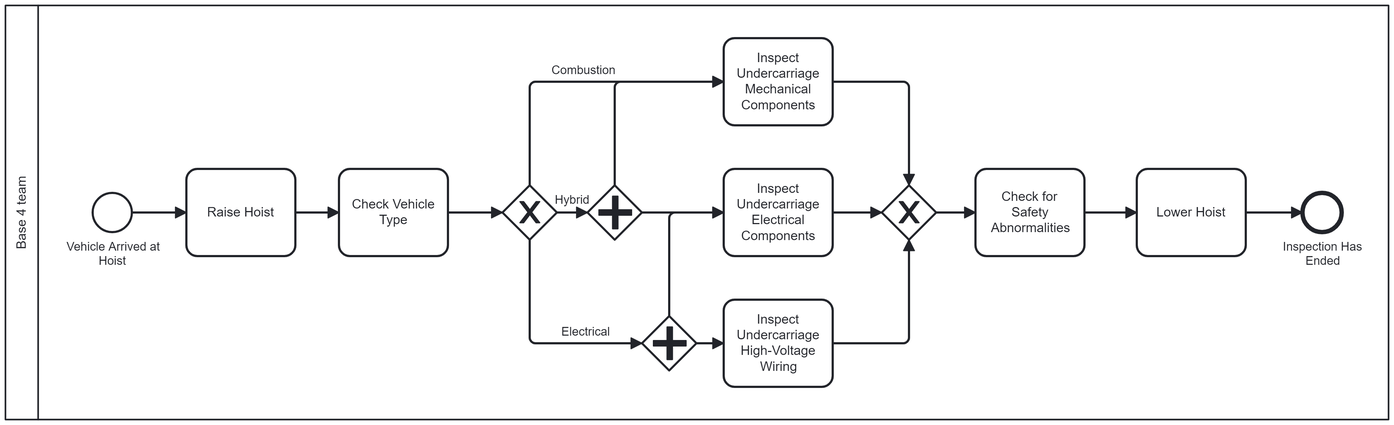
The BPMN diagram process_modeling/as_is_processes/sub_process_4/subprocesso_4.png in franciscoAbreuTecnico/Business-Process-Engineering-and-Technology, before a commit. Its source is kept beside it as process_modeling/as_is_processes/sub_process_4/subprocesso_4.bpmn. Ids are renumbered.
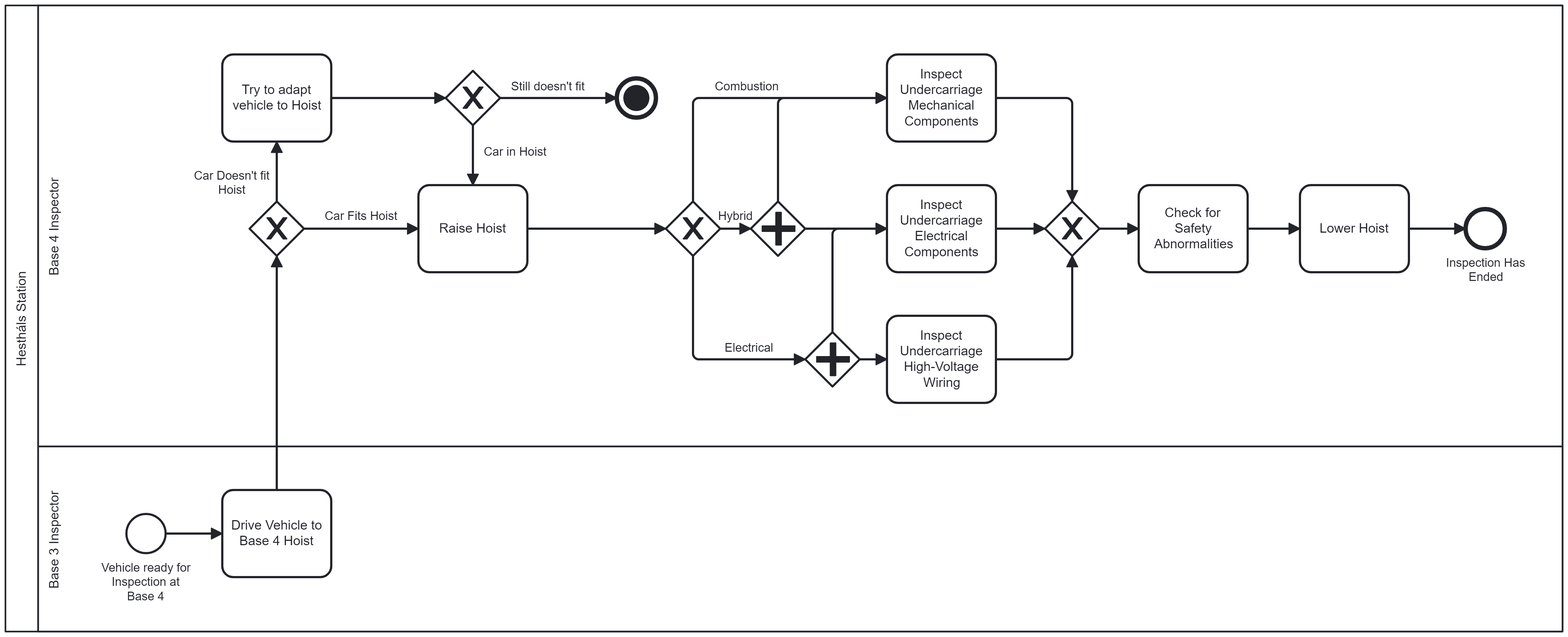
The same diagram one commit later.

Change to the diagram source:
```diff
@@ -1,16 +1,61 @@
 <bpmn:definitions xmlns:bpmn="http://www.omg.org/spec/BPMN/20100524/MODEL" xmlns:bpmndi="http://www.omg.org/spec/BPMN/20100524/DI" xmlns:dc="http://www.omg.org/spec/DD/20100524/DC" xmlns:di="http://www.omg.org/spec/DD/20100524/DI" xmlns:modeler="http://camunda.org/schema/modeler/1.0" id="Definitions_n1" targetNamespace="http://bpmn.io/schema/bpmn" exporter="Camunda Modeler" exporterVersion="5.22.0" modeler:executionPlatform="Camunda Cloud" modeler:executionPlatformVersion="8.5.0">
   <bpmn:collaboration id="Collaboration_n2">
-    <bpmn:participant id="Participant_n3" name="Base 4 team" processRef="Process_n4" />
+    <bpmn:participant id="Participant_n3" name="Hestháls Station" processRef="Process_n4" />
   </bpmn:collaboration>
   <bpmn:process id="Process_n4" isExecutable="true">
-    <bpmn:laneSet id="LaneSet_n5" />
-    <bpmn:startEvent id="StartEvent_1" name="Vehicle Arrived at Hoist">
-      <bpmn:outgoing>Flow_n6</bpmn:outgoing>
-    </bpmn:startEvent>
+    <bpmn:laneSet id="LaneSet_n5">
+      <bpmn:lane id="Lane_n34" name="Base 4 Inspector">
+        <bpmn:flowNodeRef>Gateway_n35</bpmn:flowNodeRef>
+        <bpmn:flowNodeRef>Activity_n36</bpmn:flowNodeRef>
+        <bpmn:flowNodeRef>Activity_n7</bpmn:flowNodeRef>
+        <bpmn:flowNodeRef>Gateway_n37</bpmn:flowNodeRef>
+        <bpmn:flowNodeRef>Event_n38</bpmn:flowNodeRef>
+        <bpmn:flowNodeRef>Activity_n9</bpmn:flowNodeRef>
+        <bpmn:flowNodeRef>Activity_n13</bpmn:flowNodeRef>
+        <bpmn:flowNodeRef>Activity_n17</bpmn:flowNodeRef>
+        <bpmn:flowNodeRef>Gateway_n22</bpmn:flowNodeRef>
+        <bpmn:flowNodeRef>Gateway_n25</bpmn:flowNodeRef>
+        <bpmn:flowNodeRef>Gateway_n26</bpmn:flowNodeRef>
+        <bpmn:flowNodeRef>Gateway_n27</bpmn:flowNodeRef>
+        <bpmn:flowNodeRef>Activity_n29</bpmn:flowNodeRef>
+        <bpmn:flowNodeRef>Activity_n31</bpmn:flowNodeRef>
+        <bpmn:flowNodeRef>Event_n33</bpmn:flowNodeRef>
+      </bpmn:lane>
+      <bpmn:lane id="Lane_n39" name="Base 3 Inspector">
+        <bpmn:flowNodeRef>Event_n40</bpmn:flowNodeRef>
+        <bpmn:flowNodeRef>Activity_n41</bpmn:flowNodeRef>
+      </bpmn:lane>
+    </bpmn:laneSet>
+    <bpmn:sequenceFlow id="Flow_n42" sourceRef="Activity_n41" targetRef="Gateway_n35" />
+    <bpmn:sequenceFlow id="Flow_n8" sourceRef="Activity_n7" targetRef="Gateway_n22" />
+    <bpmn:sequenceFlow id="Flow_n43" name="Car Fits Hoist" sourceRef="Gateway_n35" targetRef="Activity_n7" />
+    <bpmn:exclusiveGateway id="Gateway_n35">
+      <bpmn:incoming>Flow_n42</bpmn:incoming>
+      <bpmn:outgoing>Flow_n43</bpmn:outgoing>
+      <bpmn:outgoing>Flow_n44</bpmn:outgoing>
+    </bpmn:exclusiveGateway>
+    <bpmn:task id="Activity_n36" name="Try to adapt vehicle to Hoist">
+      <bpmn:incoming>Flow_n44</bpmn:incoming>
+      <bpmn:outgoing>Flow_n45</bpmn:outgoing>
+    </bpmn:task>
+    <bpmn:sequenceFlow id="Flow_n44" name="Car Doesn&#39;t fit Hoist" sourceRef="Gateway_n35" targetRef="Activity_n36" />
     <bpmn:task id="Activity_n7" name="Raise Hoist">
-      <bpmn:incoming>Flow_n6</bpmn:incoming>
+      <bpmn:incoming>Flow_n43</bpmn:incoming>
+      <bpmn:incoming>Flow_n46</bpmn:incoming>
       <bpmn:outgoing>Flow_n8</bpmn:outgoing>
     </bpmn:task>
+    <bpmn:exclusiveGateway id="Gateway_n37">
+      <bpmn:incoming>Flow_n45</bpmn:incoming>
+      <bpmn:outgoing>Flow_n46</bpmn:outgoing>
+      <bpmn:outgoing>Flow_n47</bpmn:outgoing>
+    </bpmn:exclusiveGateway>
+    <bpmn:sequenceFlow id="Flow_n45" sourceRef="Activity_n36" targetRef="Gateway_n37" />
+    <bpmn:sequenceFlow id="Flow_n46" name="Car in Hoist" sourceRef="Gateway_n37" targetRef="Activity_n7" />
+    <bpmn:sequenceFlow id="Flow_n47" name="Still doesn&#39;t fit" sourceRef="Gateway_n37" targetRef="Event_n38" />
+    <bpmn:endEvent id="Event_n38">
+      <bpmn:incoming>Flow_n47</bpmn:incoming>
+      <bpmn:terminateEventDefinition id="TerminateEventDefinition_n48" />
+    </bpmn:endEvent>
     <bpmn:task id="Activity_n9" name="Inspect Undercarriage Mechanical Components">
       <bpmn:incoming>Flow_n10</bpmn:incoming>
       <bpmn:incoming>Flow_n11</bpmn:incoming>
@@ -25,12 +70,8 @@
       <bpmn:incoming>Flow_n18</bpmn:incoming>
       <bpmn:outgoing>Flow_n19</bpmn:outgoing>
     </bpmn:task>
-    <bpmn:task id="Activity_n20" name="Check Vehicle Type">
+    <bpmn:exclusiveGateway id="Gateway_n22">
       <bpmn:incoming>Flow_n8</bpmn:incoming>
-      <bpmn:outgoing>Flow_n21</bpmn:outgoing>
-    </bpmn:task>
-    <bpmn:exclusiveGateway id="Gateway_n22">
-      <bpmn:incoming>Flow_n21</bpmn:incoming>
       <bpmn:outgoing>Flow_n23</bpmn:outgoing>
       <bpmn:outgoing>Flow_n11</bpmn:outgoing>
       <bpmn:outgoing>Flow_n24</bpmn:outgoing>
@@ -45,20 +86,6 @@
       <bpmn:outgoing>Flow_n10</bpmn:outgoing>
       <bpmn:outgoing>Flow_n14</bpmn:outgoing>
     </bpmn:parallelGateway>
-    <bpmn:sequenceFlow id="Flow_n6" sourceRef="StartEvent_1" targetRef="Activity_n7" />
-    <bpmn:sequenceFlow id="Flow_n8" sourceRef="Activity_n7" targetRef="Activity_n20" />
-    <bpmn:sequenceFlow id="Flow_n10" sourceRef="Gateway_n26" targetRef="Activity_n9" />
-    <bpmn:sequenceFlow id="Flow_n11" name="Combustion" sourceRef="Gateway_n22" targetRef="Activity_n9" />
-    <bpmn:sequenceFlow id="Flow_n14" sourceRef="Gateway_n26" targetRef="Activity_n13" />
-    <bpmn:sequenceFlow id="Flow_n15" sourceRef="Gateway_n25" targetRef="Activity_n13" />
-    <bpmn:sequenceFlow id="Flow_n18" sourceRef="Gateway_n25" targetRef="Activity_n17" />
-    <bpmn:sequenceFlow id="Flow_n21" sourceRef="Activity_n20" targetRef="Gateway_n22" />
-    <bpmn:sequenceFlow id="Flow_n23" name="Hybrid" sourceRef="Gateway_n22" targetRef="Gateway_n26" />
-    <bpmn:sequenceFlow id="Flow_n24" name="Electrical" sourceRef="Gateway_n22" targetRef="Gateway_n25" />
-    <bpmn:sequenceFlow id="Flow_n16" sourceRef="Activity_n13" targetRef="Gateway_n27" />
-    <bpmn:sequenceFlow id="Flow_n19" sourceRef="Activity_n17" targetRef="Gateway_n27" />
-    <bpmn:sequenceFlow id="Flow_n12" sourceRef="Activity_n9" targetRef="Gateway_n27" />
-    <bpmn:sequenceFlow id="Flow_n28" sourceRef="Gateway_n27" targetRef="Activity_n29" />
     <bpmn:exclusiveGateway id="Gateway_n27">
       <bpmn:incoming>Flow_n16</bpmn:incoming>
       <bpmn:incoming>Flow_n19</bpmn:incoming>
@@ -69,7 +96,6 @@
       <bpmn:incoming>Flow_n28</bpmn:incoming>
       <bpmn:outgoing>Flow_n30</bpmn:outgoing>
     </bpmn:task>
-    <bpmn:sequenceFlow id="Flow_n30" sourceRef="Activity_n29" targetRef="Activity_n31" />
     <bpmn:task id="Activity_n31" name="Lower Hoist">
       <bpmn:incoming>Flow_n30</bpmn:incoming>
       <bpmn:outgoing>Flow_n32</bpmn:outgoing>
@@ -77,144 +103,217 @@
     <bpmn:endEvent id="Event_n33" name="Inspection Has Ended">
       <bpmn:incoming>Flow_n32</bpmn:incoming>
     </bpmn:endEvent>
+    <bpmn:sequenceFlow id="Flow_n10" sourceRef="Gateway_n26" targetRef="Activity_n9" />
+    <bpmn:sequenceFlow id="Flow_n11" name="Combustion" sourceRef="Gateway_n22" targetRef="Activity_n9" />
+    <bpmn:sequenceFlow id="Flow_n12" sourceRef="Activity_n9" targetRef="Gateway_n27" />
+    <bpmn:sequenceFlow id="Flow_n14" sourceRef="Gateway_n26" targetRef="Activity_n13" />
+    <bpmn:sequenceFlow id="Flow_n15" sourceRef="Gateway_n25" targetRef="Activity_n13" />
+    <bpmn:sequenceFlow id="Flow_n16" sourceRef="Activity_n13" targetRef="Gateway_n27" />
+    <bpmn:sequenceFlow id="Flow_n18" sourceRef="Gateway_n25" targetRef="Activity_n17" />
+    <bpmn:sequenceFlow id="Flow_n19" sourceRef="Activity_n17" targetRef="Gateway_n27" />
+    <bpmn:sequenceFlow id="Flow_n23" name="Hybrid" sourceRef="Gateway_n22" targetRef="Gateway_n26" />
+    <bpmn:sequenceFlow id="Flow_n24" name="Electrical" sourceRef="Gateway_n22" targetRef="Gateway_n25" />
+    <bpmn:sequenceFlow id="Flow_n28" sourceRef="Gateway_n27" targetRef="Activity_n29" />
+    <bpmn:sequenceFlow id="Flow_n30" sourceRef="Activity_n29" targetRef="Activity_n31" />
     <bpmn:sequenceFlow id="Flow_n32" sourceRef="Activity_n31" targetRef="Event_n33" />
+    <bpmn:startEvent id="Event_n40" name="Vehicle ready for Inspection at Base 4">
+      <bpmn:outgoing>Flow_n49</bpmn:outgoing>
+    </bpmn:startEvent>
+    <bpmn:task id="Activity_n41" name="Drive Vehicle to Base 4 Hoist">
+      <bpmn:incoming>Flow_n49</bpmn:incoming>
+      <bpmn:outgoing>Flow_n42</bpmn:outgoing>
+    </bpmn:task>
+    <bpmn:sequenceFlow id="Flow_n49" sourceRef="Event_n40" targetRef="Activity_n41" />
   </bpmn:process>
   <bpmndi:BPMNDiagram id="BPMNDiagram_1">
     <bpmndi:BPMNPlane id="BPMNPlane_1" bpmnElement="Collaboration_n2">
       <bpmndi:BPMNShape id="Participant_n3_di" bpmnElement="Participant_n3" isHorizontal="true">
-        <dc:Bounds x="131" y="70" width="1269" height="380" />
+        <dc:Bounds x="131" y="95" width="1429" height="585" />
         <bpmndi:BPMNLabel />
       </bpmndi:BPMNShape>
-      <bpmndi:BPMNShape id="_BPMNShape_StartEvent_2" bpmnElement="StartEvent_1">
-        <dc:Bounds x="211" y="242" width="36" height="36" />
-        <bpmndi:BPMNLabel>
-          <dc:Bounds x="187" y="285" width="85" height="27" />
-        </bpmndi:BPMNLabel>
+      <bpmndi:BPMNShape id="Lane_n34_di" bpmnElement="Lane_n34" isHorizontal="true">
+        <dc:Bounds x="161" y="95" width="1399" height="405" />
+        <bpmndi:BPMNLabel />
+      </bpmndi:BPMNShape>
+      <bpmndi:BPMNShape id="Lane_n39_di" bpmnElement="Lane_n39" isHorizontal="true">
+        <dc:Bounds x="161" y="500" width="1399" height="180" />
+        <bpmndi:BPMNLabel />
+      </bpmndi:BPMNShape>
+      <bpmndi:BPMNShape id="Gateway_n35_di" bpmnElement="Gateway_n35" isMarkerVisible="true">
+        <dc:Bounds x="355" y="275" width="50" height="50" />
+      </bpmndi:BPMNShape>
+      <bpmndi:BPMNShape id="Activity_n36_di" bpmnElement="Activity_n36">
+        <dc:Bounds x="330" y="140" width="100" height="80" />
+        <bpmndi:BPMNLabel />
       </bpmndi:BPMNShape>
       <bpmndi:BPMNShape id="Activity_n7_di" bpmnElement="Activity_n7">
-        <dc:Bounds x="297" y="220" width="100" height="80" />
+        <dc:Bounds x="510" y="260" width="100" height="80" />
         <bpmndi:BPMNLabel />
       </bpmndi:BPMNShape>
+      <bpmndi:BPMNShape id="Gateway_n37_di" bpmnElement="Gateway_n37" isMarkerVisible="true">
+        <dc:Bounds x="535" y="155" width="50" height="50" />
+      </bpmndi:BPMNShape>
+      <bpmndi:BPMNShape id="Event_0ap6z5j_di" bpmnElement="Event_n38">
+        <dc:Bounds x="692" y="162" width="36" height="36" />
+      </bpmndi:BPMNShape>
       <bpmndi:BPMNShape id="Activity_n9_di" bpmnElement="Activity_n9">
-        <dc:Bounds x="790" y="100" width="100" height="80" />
+        <dc:Bounds x="940" y="140" width="100" height="80" />
         <bpmndi:BPMNLabel />
       </bpmndi:BPMNShape>
       <bpmndi:BPMNShape id="Activity_n13_di" bpmnElement="Activity_n13">
-        <dc:Bounds x="790" y="220" width="100" height="80" />
+        <dc:Bounds x="940" y="260" width="100" height="80" />
         <bpmndi:BPMNLabel />
       </bpmndi:BPMNShape>
       <bpmndi:BPMNShape id="Activity_n17_di" bpmnElement="Activity_n17">
-        <dc:Bounds x="790" y="340" width="100" height="80" />
-        <bpmndi:BPMNLabel />
-      </bpmndi:BPMNShape>
-      <bpmndi:BPMNShape id="Activity_n20_di" bpmnElement="Activity_n20">
-        <dc:Bounds x="437" y="220" width="100" height="80" />
+        <dc:Bounds x="940" y="380" width="100" height="80" />
         <bpmndi:BPMNLabel />
       </bpmndi:BPMNShape>
       <bpmndi:BPMNShape id="Gateway_n22_di" bpmnElement="Gateway_n22" isMarkerVisible="true">
-        <dc:Bounds x="587" y="235" width="50" height="50" />
+        <dc:Bounds x="737" y="275" width="50" height="50" />
       </bpmndi:BPMNShape>
       <bpmndi:BPMNShape id="Gateway_00r0uiv_di" bpmnElement="Gateway_n25">
-        <dc:Bounds x="715" y="355" width="50" height="50" />
+        <dc:Bounds x="865" y="395" width="50" height="50" />
       </bpmndi:BPMNShape>
       <bpmndi:BPMNShape id="Gateway_03jpjnm_di" bpmnElement="Gateway_n26">
-        <dc:Bounds x="665" y="235" width="50" height="50" />
+        <dc:Bounds x="815" y="275" width="50" height="50" />
       </bpmndi:BPMNShape>
       <bpmndi:BPMNShape id="Gateway_n27_di" bpmnElement="Gateway_n27" isMarkerVisible="true">
-        <dc:Bounds x="935" y="235" width="50" height="50" />
+        <dc:Bounds x="1085" y="275" width="50" height="50" />
       </bpmndi:BPMNShape>
       <bpmndi:BPMNShape id="Activity_n29_di" bpmnElement="Activity_n29">
-        <dc:Bounds x="1021" y="220" width="100" height="80" />
+        <dc:Bounds x="1171" y="260" width="100" height="80" />
         <bpmndi:BPMNLabel />
       </bpmndi:BPMNShape>
       <bpmndi:BPMNShape id="Activity_n31_di" bpmnElement="Activity_n31">
-        <dc:Bounds x="1169" y="220" width="100" height="80" />
+        <dc:Bounds x="1319" y="260" width="100" height="80" />
         <bpmndi:BPMNLabel />
       </bpmndi:BPMNShape>
       <bpmndi:BPMNShape id="Event_1v3foh7_di" bpmnElement="Event_n33">
-        <dc:Bounds x="1321" y="242" width="36" height="36" />
+        <dc:Bounds x="1471" y="282" width="36" height="36" />
         <bpmndi:BPMNLabel>
-          <dc:Bounds x="1303" y="285" width="74" height="27" />
+          <dc:Bounds x="1453" y="325" width="74" height="27" />
         </bpmndi:BPMNLabel>
       </bpmndi:BPMNShape>
-      <bpmndi:BPMNEdge id="Flow_n6_di" bpmnElement="Flow_n6">
-        <di:waypoint x="247" y="260" />
-        <di:waypoint x="297" y="260" />
+      <bpmndi:BPMNShape id="Event_n40_di" bpmnElement="Event_n40">
+        <dc:Bounds x="242" y="562" width="36" height="36" />
+        <bpmndi:BPMNLabel>
+          <dc:Bounds x="219" y="605" width="83" height="40" />
+        </bpmndi:BPMNLabel>
+      </bpmndi:BPMNShape>
+      <bpmndi:BPMNShape id="Activity_n41_di" bpmnElement="Activity_n41">
+        <dc:Bounds x="330" y="540" width="100" height="80" />
+        <bpmndi:BPMNLabel />
+      </bpmndi:BPMNShape>
+      <bpmndi:BPMNEdge id="Flow_n42_di" bpmnElement="Flow_n42">
+        <di:waypoint x="380" y="540" />
+        <di:waypoint x="380" y="325" />
       </bpmndi:BPMNEdge>
       <bpmndi:BPMNEdge id="Flow_n8_di" bpmnElement="Flow_n8">
-        <di:waypoint x="397" y="260" />
-        <di:waypoint x="437" y="260" />
+        <di:waypoint x="610" y="300" />
+        <di:waypoint x="737" y="300" />
+      </bpmndi:BPMNEdge>
+      <bpmndi:BPMNEdge id="Flow_n43_di" bpmnElement="Flow_n43">
+        <di:waypoint x="405" y="300" />
+        <di:waypoint x="510" y="300" />
+        <bpmndi:BPMNLabel>
+          <dc:Bounds x="424" y="282" width="68" height="14" />
+        </bpmndi:BPMNLabel>
+      </bpmndi:BPMNEdge>
+      <bpmndi:BPMNEdge id="Flow_n44_di" bpmnElement="Flow_n44">
+        <di:waypoint x="380" y="275" />
+        <di:waypoint x="380" y="220" />
+        <bpmndi:BPMNLabel>
+          <dc:Bounds x="304" y="245" width="71" height="27" />
+        </bpmndi:BPMNLabel>
+      </bpmndi:BPMNEdge>
+      <bpmndi:BPMNEdge id="Flow_n45_di" bpmnElement="Flow_n45">
+        <di:waypoint x="430" y="180" />
+        <di:waypoint x="535" y="180" />
+      </bpmndi:BPMNEdge>
+      <bpmndi:BPMNEdge id="Flow_n46_di" bpmnElement="Flow_n46">
+        <di:waypoint x="560" y="205" />
+        <di:waypoint x="560" y="260" />
+        <bpmndi:BPMNLabel>
+          <dc:Bounds x="570" y="223" width="59" height="14" />
+        </bpmndi:BPMNLabel>
+      </bpmndi:BPMNEdge>
+      <bpmndi:BPMNEdge id="Flow_n47_di" bpmnElement="Flow_n47">
+        <di:waypoint x="585" y="180" />
+        <di:waypoint x="692" y="180" />
+        <bpmndi:BPMNLabel>
+          <dc:Bounds x="595" y="163" width="69" height="14" />
+        </bpmndi:BPMNLabel>
       </bpmndi:BPMNEdge>
       <bpmndi:BPMNEdge id="Flow_n10_di" bpmnElement="Flow_n10">
-        <di:waypoint x="690" y="235" />
-        <di:waypoint x="690" y="140" />
-        <di:waypoint x="790" y="140" />
+        <di:waypoint x="840" y="275" />
+        <di:waypoint x="840" y="180" />
+        <di:waypoint x="940" y="180" />
       </bpmndi:BPMNEdge>
       <bpmndi:BPMNEdge id="Flow_n11_di" bpmnElement="Flow_n11">
-        <di:waypoint x="612" y="235" />
-        <di:waypoint x="612" y="140" />
-        <di:waypoint x="790" y="140" />
+        <di:waypoint x="762" y="275" />
+        <di:waypoint x="762" y="180" />
+        <di:waypoint x="940" y="180" />
         <bpmndi:BPMNLabel>
-          <dc:Bounds x="632" y="123" width="59" height="14" />
+          <dc:Bounds x="782" y="163" width="59" height="14" />
         </bpmndi:BPMNLabel>
       </bpmndi:BPMNEdge>
+      <bpmndi:BPMNEdge id="Flow_n12_di" bpmnElement="Flow_n12">
+        <di:waypoint x="1040" y="180" />
+        <di:waypoint x="1110" y="180" />
+        <di:waypoint x="1110" y="275" />
+      </bpmndi:BPMNEdge>
       <bpmndi:BPMNEdge id="Flow_n14_di" bpmnElement="Flow_n14">
-        <di:waypoint x="715" y="260" />
-        <di:waypoint x="790" y="260" />
+        <di:waypoint x="865" y="300" />
+        <di:waypoint x="940" y="300" />
       </bpmndi:BPMNEdge>
       <bpmndi:BPMNEdge id="Flow_n15_di" bpmnElement="Flow_n15">
-        <di:waypoint x="740" y="355" />
-        <di:waypoint x="740" y="260" />
-        <di:waypoint x="790" y="260" />
+        <di:waypoint x="890" y="395" />
+        <di:waypoint x="890" y="300" />
+        <di:waypoint x="940" y="300" />
+      </bpmndi:BPMNEdge>
+      <bpmndi:BPMNEdge id="Flow_n16_di" bpmnElement="Flow_n16">
+        <di:waypoint x="1040" y="300" />
+        <di:waypoint x="1085" y="300" />
       </bpmndi:BPMNEdge>
       <bpmndi:BPMNEdge id="Flow_n18_di" bpmnElement="Flow_n18">
-        <di:waypoint x="765" y="380" />
-        <di:waypoint x="790" y="380" />
+        <di:waypoint x="915" y="420" />
+        <di:waypoint x="940" y="420" />
       </bpmndi:BPMNEdge>
-      <bpmndi:BPMNEdge id="Flow_n21_di" bpmnElement="Flow_n21">
-        <di:waypoint x="537" y="260" />
-        <di:waypoint x="587" y="260" />
+      <bpmndi:BPMNEdge id="Flow_n19_di" bpmnElement="Flow_n19">
+        <di:waypoint x="1040" y="420" />
+        <di:waypoint x="1110" y="420" />
+        <di:waypoint x="1110" y="325" />
       </bpmndi:BPMNEdge>
       <bpmndi:BPMNEdge id="Flow_n23_di" bpmnElement="Flow_n23">
-        <di:waypoint x="637" y="260" />
-        <di:waypoint x="665" y="260" />
+        <di:waypoint x="787" y="300" />
+        <di:waypoint x="815" y="300" />
         <bpmndi:BPMNLabel>
-          <dc:Bounds x="635" y="242" width="32" height="14" />
+          <dc:Bounds x="785" y="282" width="32" height="14" />
         </bpmndi:BPMNLabel>
       </bpmndi:BPMNEdge>
       <bpmndi:BPMNEdge id="Flow_n24_di" bpmnElement="Flow_n24">
-        <di:waypoint x="612" y="285" />
-        <di:waypoint x="612" y="380" />
-        <di:waypoint x="715" y="380" />
+        <di:waypoint x="762" y="325" />
+        <di:waypoint x="762" y="420" />
+        <di:waypoint x="865" y="420" />
         <bpmndi:BPMNLabel>
-          <dc:Bounds x="641" y="363" width="46" height="14" />
+          <dc:Bounds x="791" y="403" width="46" height="14" />
         </bpmndi:BPMNLabel>
       </bpmndi:BPMNEdge>
-      <bpmndi:BPMNEdge id="Flow_n16_di" bpmnElement="Flow_n16">
-        <di:waypoint x="890" y="260" />
-        <di:waypoint x="935" y="260" />
-      </bpmndi:BPMNEdge>
-      <bpmndi:BPMNEdge id="Flow_n19_di" bpmnElement="Flow_n19">
-        <di:waypoint x="890" y="380" />
-        <di:waypoint x="960" y="380" />
-        <di:waypoint x="960" y="285" />
-      </bpmndi:BPMNEdge>
-      <bpmndi:BPMNEdge id="Flow_n12_di" bpmnElement="Flow_n12">
-        <di:waypoint x="890" y="140" />
-        <di:waypoint x="960" y="140" />
-        <di:waypoint x="960" y="235" />
-      </bpmndi:BPMNEdge>
       <bpmndi:BPMNEdge id="Flow_n28_di" bpmnElement="Flow_n28">
-        <di:waypoint x="985" y="260" />
-        <di:waypoint x="1021" y="260" />
+        <di:waypoint x="1135" y="300" />
+        <di:waypoint x="1171" y="300" />
       </bpmndi:BPMNEdge>
       <bpmndi:BPMNEdge id="Flow_n30_di" bpmnElement="Flow_n30">
-        <di:waypoint x="1121" y="260" />
-        <di:waypoint x="1169" y="260" />
+        <di:waypoint x="1271" y="300" />
+        <di:waypoint x="1319" y="300" />
       </bpmndi:BPMNEdge>
       <bpmndi:BPMNEdge id="Flow_n32_di" bpmnElement="Flow_n32">
-        <di:waypoint x="1269" y="260" />
-        <di:waypoint x="1321" y="260" />
+        <di:waypoint x="1419" y="300" />
+        <di:waypoint x="1471" y="300" />
+      </bpmndi:BPMNEdge>
+      <bpmndi:BPMNEdge id="Flow_n49_di" bpmnElement="Flow_n49">
+        <di:waypoint x="278" y="580" />
+        <di:waypoint x="330" y="580" />
       </bpmndi:BPMNEdge>
     </bpmndi:BPMNPlane>
   </bpmndi:BPMNDiagram>
```
